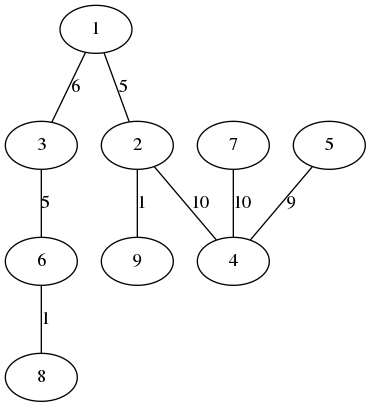
This is from-input/main.png from romain-cotte/dot-examples, a Graphviz export, as it was before one commit. Its source is kept beside it as from-input/main.dot.
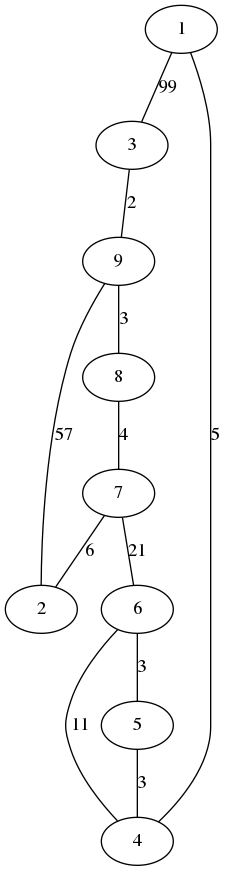
After the commit.

The edit, as a diff of the source:
```diff
@@ -1,10 +1,26 @@
 strict graph G {
-  1 -- 2 [label="5"]
-  1 -- 3 [label="6"]
-  2 -- 4 [label="10"]
-  2 -- 9 [label="1"]
-  3 -- 6 [label="5"]
-  5 -- 4 [label="9"]
-  6 -- 8 [label="1"]
-  7 -- 4 [label="10"]
+  overlap = scale;
+1;
+2;
+3;
+4;
+5;
+6;
+7;
+8;
+9;
+  1 -- 3 [label="99"]
+  3 -- 9 [label="2"]
+  9 -- 8 [label="3"]
+  8 -- 7 [label="4"]
+  7 -- 6 [label="21"]
+  6 -- 5 [label="3"]
+  5 -- 4 [label="3"]
+  4 -- 1 [label="5"]
+  4 -- 6 [label="11"]
+  6 -- 4 [label="11"]
+  7 -- 2 [label="6"]
+  2 -- 9 [label="57"]
+  9 -- 2 [label="57"]
+  1 -- 4 [label="5"]
 }
```
